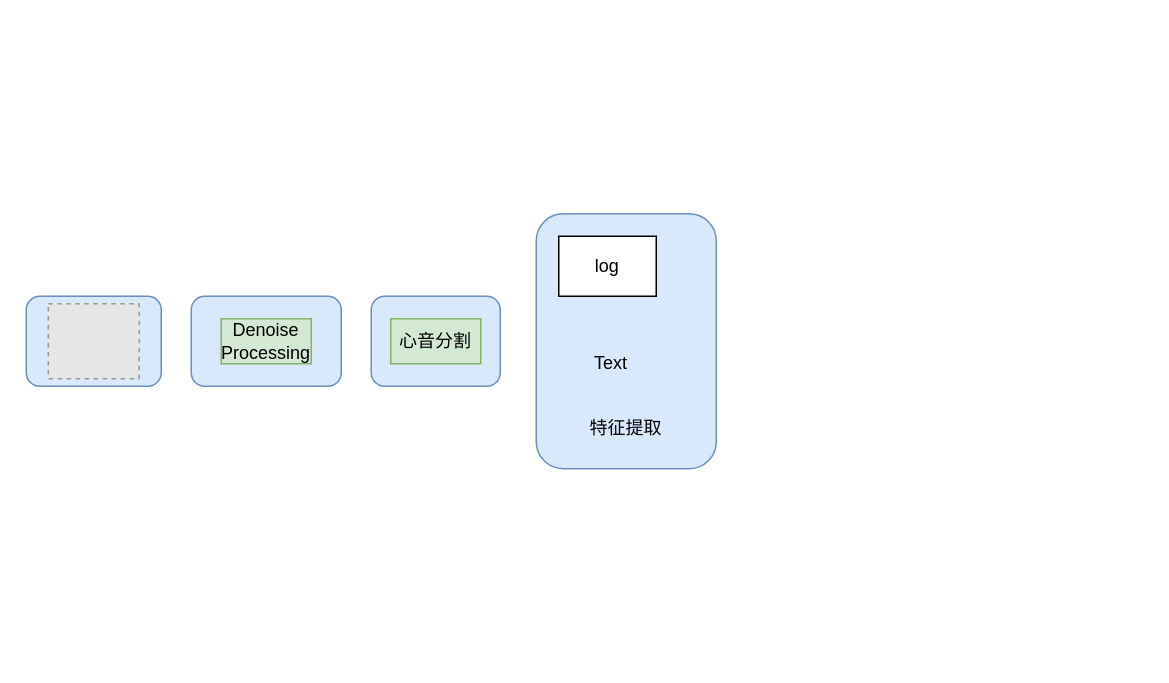
The draw.io diagram 颈动脉心音.drawio in lhwjsj/Diagram, before the edit. Source tidied: cells renumbered, new cells numbered last; positions are measured from the earlier drawing's top-left corner, leaving out a move shared by most shapes. Both pictures are drawn from the tidied source at 150%, with x=0, y=0 at pixel (26, 213). Pictures stored in the file or linked from it are replaced by grey dashed boxes.
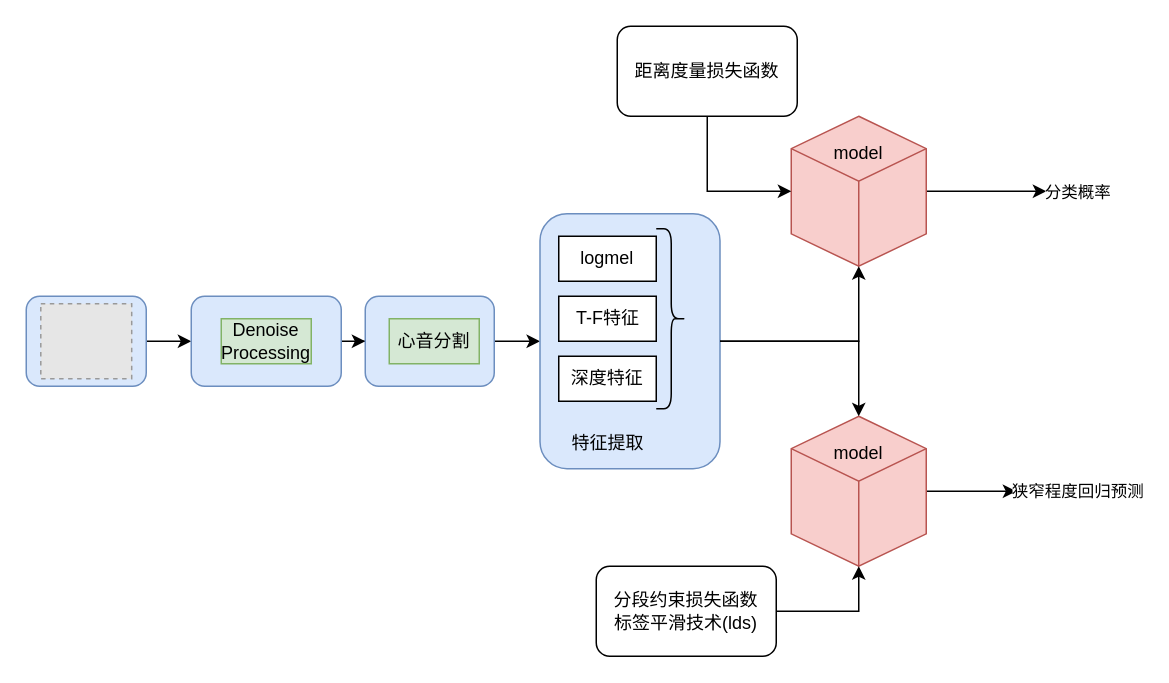
The same page after the edit.

Commit message (it also covers changes not shown here):
更新颈动脉心音.drawio

The change refers to these unchanged cells:
```xml
<mxCell id="4" style="rounded=1;whiteSpace=wrap;html=1;fillColor=#dae8fc;strokeColor=#6c8ebf;" parent="1" vertex="1">
  <mxGeometry x="110" y="55" width="100" height="60" as="geometry" />
</mxCell>
```

Diff of the diagram source:
```diff
@@
+    <mxCell id="12" style="edgeStyle=orthogonalEdgeStyle;rounded=0;jettySize=auto;html=1;entryX=0;entryY=0.5;entryDx=0;entryDy=0;" parent="1" edge="1" source="2" target="4">
+      <mxGeometry relative="1" as="geometry" />
+    </mxCell>
     <mxCell id="2" style="rounded=1;whiteSpace=wrap;html=1;fillColor=#dae8fc;strokeColor=#6c8ebf;" parent="1" vertex="1">
-      <mxGeometry y="55" width="90" height="60" as="geometry" />
+      <mxGeometry y="55" width="80" height="60" as="geometry" />
     </mxCell>
     <mxCell id="3" style="fillColor=#E6E6E6;strokeColor=#999999;dashed=1;verticalLabelPosition=bottom;labelBackgroundColor=default;verticalAlign=top;" parent="1" vertex="1">
-      <mxGeometry x="14.7" y="60" width="60.6" height="50" as="geometry" />
+      <mxGeometry x="9.7" y="60" width="60.6" height="50" as="geometry" />
     </mxCell>
+    <mxCell id="13" style="edgeStyle=orthogonalEdgeStyle;rounded=0;jettySize=auto;html=1;entryX=0;entryY=0.5;entryDx=0;entryDy=0;" parent="1" edge="1" source="4" target="6">
+      <mxGeometry relative="1" as="geometry" />
+    </mxCell>
@@
+    <mxCell id="14" style="edgeStyle=orthogonalEdgeStyle;rounded=0;jettySize=auto;html=1;" parent="1" edge="1" source="6" target="8">
+      <mxGeometry relative="1" as="geometry" />
+    </mxCell>
     <mxCell id="6" style="rounded=1;whiteSpace=wrap;html=1;fillColor=#dae8fc;strokeColor=#6c8ebf;" parent="1" vertex="1">
-      <mxGeometry x="230" y="55" width="86" height="60" as="geometry" />
+      <mxGeometry x="226" y="55" width="86" height="60" as="geometry" />
     </mxCell>
     <mxCell id="7" value="心音分割" style="text;html=1;align=center;verticalAlign=middle;whiteSpace=wrap;rounded=0;fillColor=#d5e8d4;strokeColor=#82b366;" parent="1" vertex="1">
-      <mxGeometry x="243" y="70" width="60" height="30" as="geometry" />
+      <mxGeometry x="242" y="70" width="60" height="30" as="geometry" />
     </mxCell>
     <mxCell id="8" style="rounded=1;whiteSpace=wrap;html=1;fillColor=#dae8fc;strokeColor=#6c8ebf;" parent="1" vertex="1">
-      <mxGeometry x="340" width="120" height="170" as="geometry" />
+      <mxGeometry x="342.5" width="120" height="170" as="geometry" />
     </mxCell>
     <mxCell id="9" value="特征提取" style="text;html=1;align=center;verticalAlign=middle;whiteSpace=wrap;rounded=0;" parent="1" vertex="1">
-      <mxGeometry x="355" y="125" width="90" height="35" as="geometry" />
+      <mxGeometry x="342.5" y="135" width="90" height="35" as="geometry" />
     </mxCell>
-    <mxCell id="10" value="log" style="rounded=0;whiteSpace=wrap;html=1;" parent="1" vertex="1">
-      <mxGeometry x="355" y="15" width="65" height="40" as="geometry" />
+    <mxCell id="10" value="&lt;br style=&quot;border-color: var(--border-color);&quot;&gt;&lt;span style=&quot;border-color: var(--border-color);&quot;&gt;logmel&lt;/span&gt;&lt;div style=&quot;border-color: var(--border-color);&quot;&gt;&lt;br style=&quot;border-color: var(--border-color);&quot;&gt;&lt;/div&gt;" style="rounded=0;whiteSpace=wrap;html=1;" parent="1" vertex="1">
+      <mxGeometry x="355" y="15" width="65" height="30" as="geometry" />
     </mxCell>
-    <mxCell id="11" value="Text" style="text;html=1;align=center;verticalAlign=middle;whiteSpace=wrap;rounded=0;" parent="1" vertex="1">
-      <mxGeometry x="360" y="85" width="60" height="30" as="geometry" />
-    </mxCell>
+    <mxCell id="15" value="&lt;br style=&quot;border-color: var(--border-color);&quot;&gt;&lt;div style=&quot;text-align: left;&quot;&gt;&lt;br&gt;&lt;/div&gt;" style="rounded=0;whiteSpace=wrap;html=1;" parent="1" vertex="1">
+      <mxGeometry x="355" y="55" width="65" height="30" as="geometry" />
+    </mxCell>
+    <mxCell id="16" value="深度特征" style="rounded=0;whiteSpace=wrap;html=1;" parent="1" vertex="1">
+      <mxGeometry x="355" y="95" width="65" height="30" as="geometry" />
+    </mxCell>
+    <mxCell id="17" value="T-F特征" style="text;html=1;align=center;verticalAlign=middle;whiteSpace=wrap;rounded=0;" parent="1" vertex="1">
+      <mxGeometry x="358" y="55" width="60" height="30" as="geometry" />
+    </mxCell>
+    <mxCell id="18" style="shape=curlyBracket;whiteSpace=wrap;html=1;rounded=1;flipH=1;labelPosition=right;verticalLabelPosition=middle;align=left;verticalAlign=middle;" parent="1" vertex="1">
+      <mxGeometry x="420" y="10" width="20" height="120" as="geometry" />
+    </mxCell>
+    <mxCell id="19" style="edgeStyle=orthogonalEdgeStyle;rounded=0;jettySize=auto;html=1;" parent="1" edge="1" source="21">
+      <mxGeometry relative="1" as="geometry">
+        <mxPoint x="680" y="-15" as="targetPoint" />
+      </mxGeometry>
+    </mxCell>
+    <mxCell id="20" value="分类概率" style="edgeLabel;html=1;align=center;verticalAlign=middle;" parent="19" vertex="1">
+      <mxGeometry x="-0.25" y="-2" relative="1" as="geometry">
+        <mxPoint x="70" y="-2" as="offset" />
+      </mxGeometry>
+    </mxCell>
+    <mxCell id="21" style="html=1;whiteSpace=wrap;shape=isoCube2;backgroundOutline=1;isoAngle=15;fillColor=#f8cecc;strokeColor=#b85450;" parent="1" vertex="1">
+      <mxGeometry x="510" y="-65" width="90" height="100" as="geometry" />
+    </mxCell>
+    <mxCell id="22" value="model" style="text;html=1;align=center;verticalAlign=middle;whiteSpace=wrap;rounded=0;" parent="1" vertex="1">
+      <mxGeometry x="525" y="-55" width="60" height="30" as="geometry" />
+    </mxCell>
+    <mxCell id="23" style="edgeStyle=orthogonalEdgeStyle;rounded=0;jettySize=auto;html=1;" parent="1" edge="1" source="25">
+      <mxGeometry relative="1" as="geometry">
+        <mxPoint x="660" y="185" as="targetPoint" />
+      </mxGeometry>
+    </mxCell>
+    <mxCell id="24" value="狭窄程度回归预测" style="edgeLabel;html=1;align=center;verticalAlign=middle;" parent="23" vertex="1">
+      <mxGeometry x="-0.01" y="-1" relative="1" as="geometry">
+        <mxPoint x="71" y="-1" as="offset" />
+      </mxGeometry>
+    </mxCell>
+    <mxCell id="25" style="html=1;whiteSpace=wrap;shape=isoCube2;backgroundOutline=1;isoAngle=15;fillColor=#f8cecc;strokeColor=#b85450;" parent="1" vertex="1">
+      <mxGeometry x="510" y="135" width="90" height="100" as="geometry" />
+    </mxCell>
+    <mxCell id="26" value="model" style="text;html=1;align=center;verticalAlign=middle;whiteSpace=wrap;rounded=0;" parent="1" vertex="1">
+      <mxGeometry x="525" y="145" width="60" height="30" as="geometry" />
+    </mxCell>
+    <mxCell id="27" value="距离度量损失函数" style="rounded=1;whiteSpace=wrap;html=1;" parent="1" vertex="1">
+      <mxGeometry x="394" y="-125" width="120" height="60" as="geometry" />
+    </mxCell>
+    <mxCell id="28" value="分段约束损失函数&lt;br&gt;标签平滑技术(lds)" style="rounded=1;whiteSpace=wrap;html=1;" parent="1" vertex="1">
+      <mxGeometry x="380" y="235" width="120" height="60" as="geometry" />
+    </mxCell>
+    <mxCell id="29" style="edgeStyle=orthogonalEdgeStyle;rounded=0;jettySize=auto;html=1;entryX=0;entryY=0.5;entryDx=0;entryDy=0;entryPerimeter=0;" parent="1" edge="1" source="27" target="21">
+      <mxGeometry relative="1" as="geometry" />
+    </mxCell>
+    <mxCell id="30" style="edgeStyle=orthogonalEdgeStyle;rounded=0;jettySize=auto;html=1;entryX=0.5;entryY=1;entryDx=0;entryDy=0;entryPerimeter=0;" parent="1" edge="1" source="28" target="25">
+      <mxGeometry relative="1" as="geometry" />
+    </mxCell>
+    <mxCell id="31" style="edgeStyle=orthogonalEdgeStyle;rounded=0;jettySize=auto;html=1;entryX=0.5;entryY=1;entryDx=0;entryDy=0;entryPerimeter=0;" parent="1" edge="1" source="8" target="21">
+      <mxGeometry relative="1" as="geometry" />
+    </mxCell>
+    <mxCell id="32" style="edgeStyle=orthogonalEdgeStyle;rounded=0;jettySize=auto;html=1;entryX=0.5;entryY=0;entryDx=0;entryDy=0;entryPerimeter=0;" parent="1" edge="1" source="8" target="25">
+      <mxGeometry relative="1" as="geometry" />
+    </mxCell>
```
